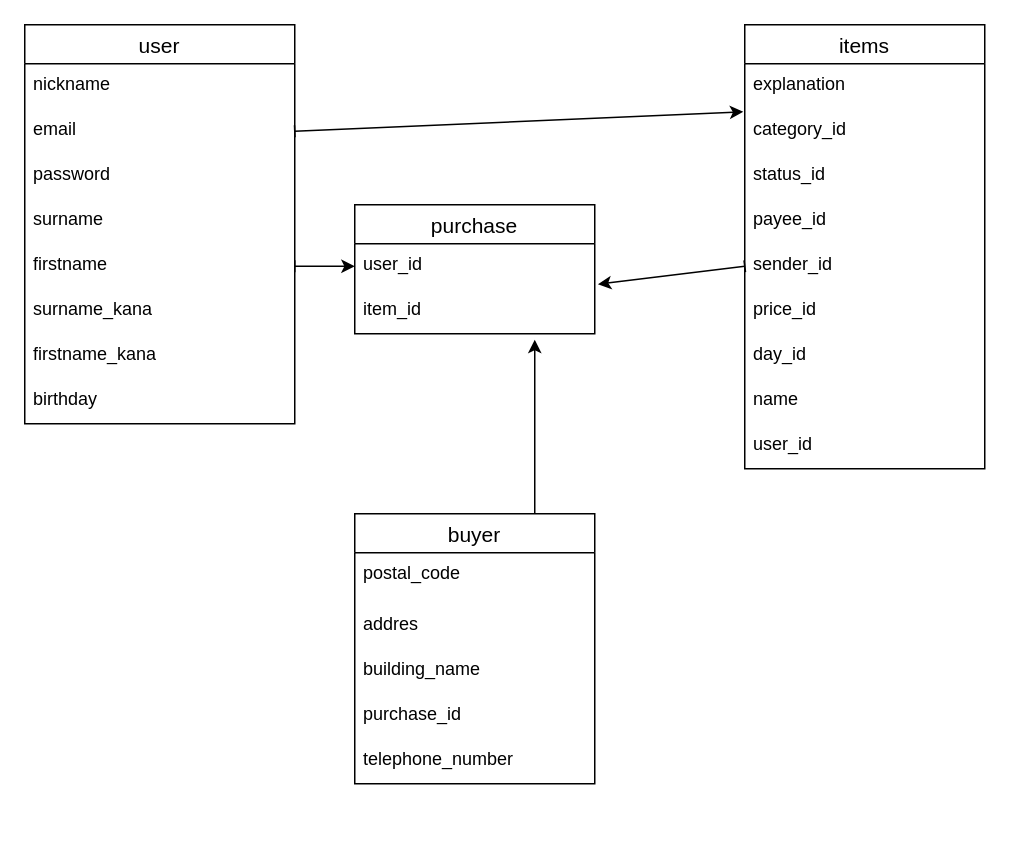
Earlier version of the draw.io diagram test.dio (toto-maru009/furima-38611). Source tidied: cells renumbered, new cells numbered last; positions are measured from the earlier drawing's top-left corner, leaving out a move shared by most shapes. Both pictures are drawn from the tidied source at 150%, with x=0, y=0 at pixel (24, 24).
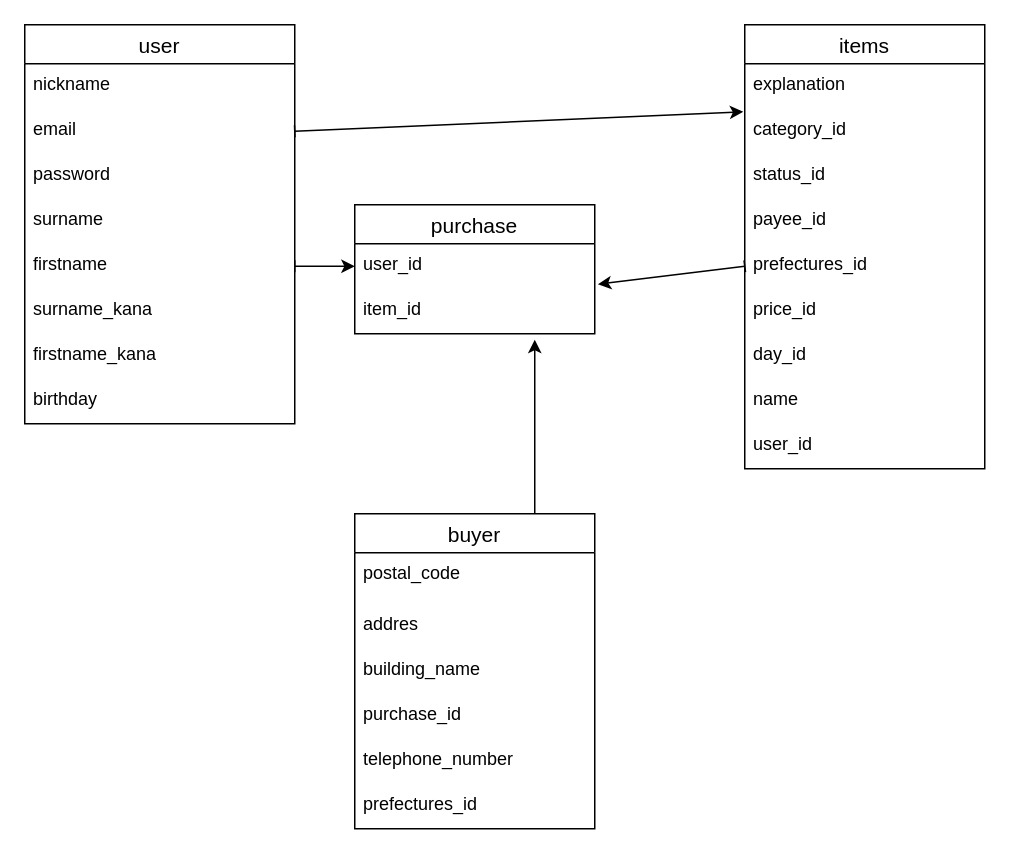
The same page after the edit.

Commit message (it also covers changes not shown here):
カラムの追加及び名前の変更

The change refers to these unchanged cells:
```xml
<mxCell id="11" value="items" style="swimlane;fontStyle=0;horizontal=1;startSize=26;align=center;fontSize=14;" parent="1" vertex="1">
  <mxGeometry x="480" width="160" height="296" as="geometry" />
</mxCell>
```

Diff of the diagram source:
```diff
@@
-    <mxCell id="16" value="sender_id" style="text;strokeColor=none;fillColor=none;spacingLeft=4;spacingRight=4;overflow=hidden;points=[[0,0.5],[1,0.5]];portConstraint=eastwest;fontSize=12;" parent="11" vertex="1">
+    <mxCell id="16" value="prefectures_id&#10;" style="text;strokeColor=none;fillColor=none;spacingLeft=4;spacingRight=4;overflow=hidden;points=[[0,0.5],[1,0.5]];portConstraint=eastwest;fontSize=12;" parent="11" vertex="1">
       <mxGeometry y="146" width="160" height="30" as="geometry" />
     </mxCell>
@@
     <mxCell id="22" value="buyer" style="swimlane;fontStyle=0;horizontal=1;startSize=26;align=center;fontSize=14;" parent="1" vertex="1">
-      <mxGeometry x="220" y="326" width="160" height="180" as="geometry" />
+      <mxGeometry x="220" y="326" width="160" height="210" as="geometry" />
     </mxCell>
@@
+    <mxCell id="34" value="prefectures_id" style="text;strokeColor=none;fillColor=none;spacingLeft=4;spacingRight=4;overflow=hidden;fontSize=12;" parent="22" vertex="1">
+      <mxGeometry y="180" width="160" height="30" as="geometry" />
+    </mxCell>
```
